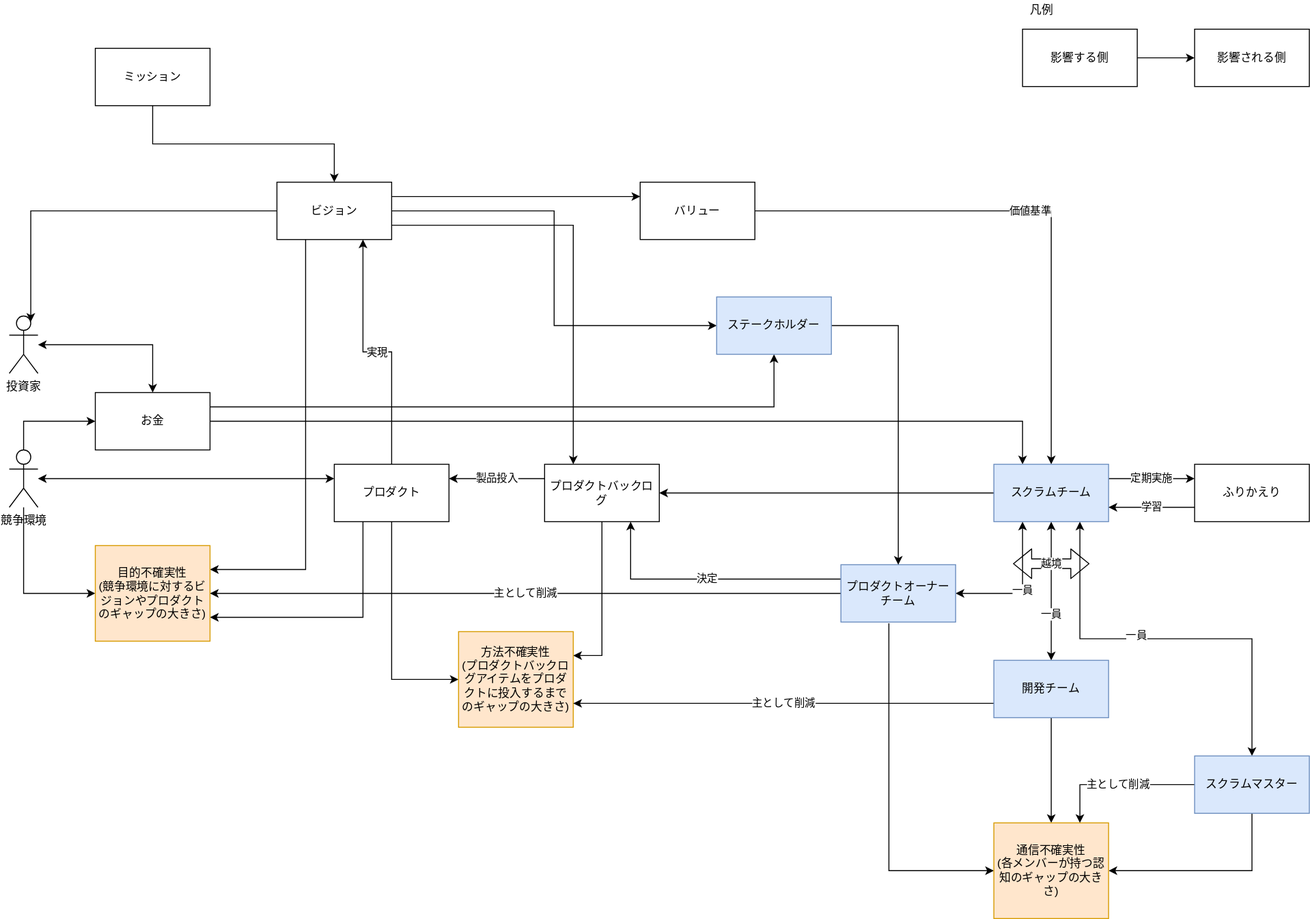
Above: 現代ソフトウェア開発の地図.svg in shimobayashi/drawio-public (draw.io), before the change. Source tidied: cells renumbered, new cells last; positions are measured from the earlier drawing's top-left corner, leaving out a move shared by most shapes.
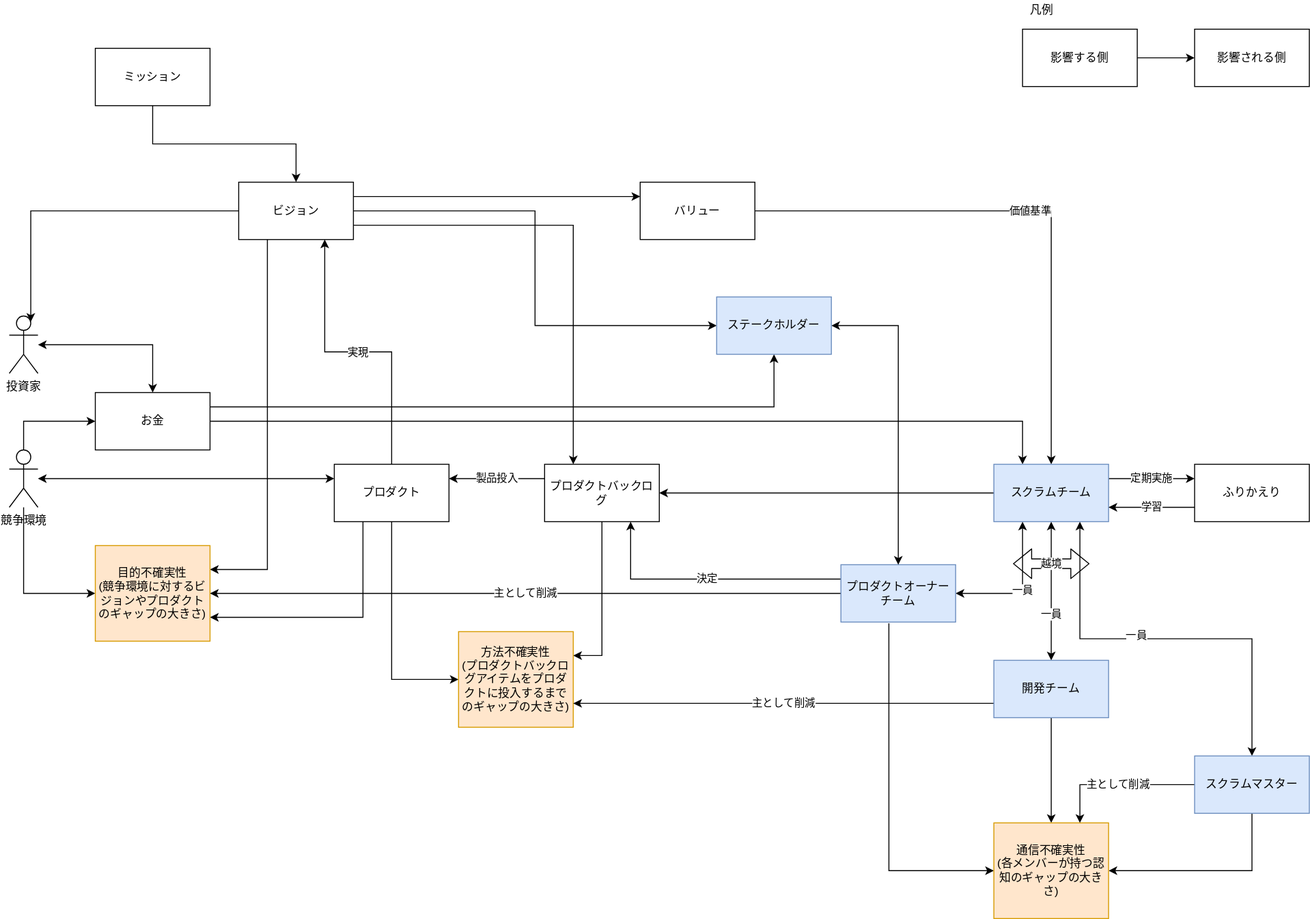
The same file after the commit.

Commit message:
Update 現代ソフトウェア開発の地図.svg

What changed in the source:
```diff
@@ -30,7 +30,7 @@
       <mxGeometry relative="1" as="geometry" />
     </mxCell>
     <mxCell id="11" value="ビジョン" style="rounded=0;whiteSpace=wrap;html=1;" parent="1" vertex="1">
-      <mxGeometry x="280" y="190" width="120" height="60" as="geometry" />
+      <mxGeometry x="240" y="190" width="120" height="60" as="geometry" />
     </mxCell>
     <mxCell id="12" value="価値基準" style="edgeStyle=orthogonalEdgeStyle;rounded=0;jettySize=auto;html=1;exitX=1;exitY=0.5;exitDx=0;exitDy=0;entryX=0.5;entryY=0;entryDx=0;entryDy=0;" parent="1" edge="1" source="13" target="46">
       <mxGeometry relative="1" as="geometry" />
@@ -155,7 +155,7 @@
     <mxCell id="51" value="投資家" style="shape=umlActor;verticalLabelPosition=bottom;verticalAlign=top;html=1;outlineConnect=0;" parent="1" vertex="1">
       <mxGeometry y="330" width="30" height="60" as="geometry" />
     </mxCell>
-    <mxCell id="52" style="edgeStyle=orthogonalEdgeStyle;rounded=0;jettySize=auto;html=1;exitX=1;exitY=0.5;exitDx=0;exitDy=0;entryX=0.5;entryY=0;entryDx=0;entryDy=0;" parent="1" edge="1" source="53" target="35">
+    <mxCell id="52" style="edgeStyle=orthogonalEdgeStyle;rounded=0;jettySize=auto;html=1;exitX=1;exitY=0.5;exitDx=0;exitDy=0;entryX=0.5;entryY=0;entryDx=0;entryDy=0;startArrow=classic;startFill=1;" parent="1" edge="1" source="53" target="35">
       <mxGeometry relative="1" as="geometry" />
     </mxCell>
     <mxCell id="53" value="ステークホルダー" style="rounded=0;whiteSpace=wrap;html=1;fillColor=#dae8fc;strokeColor=#6c8ebf;" parent="1" vertex="1">
```
